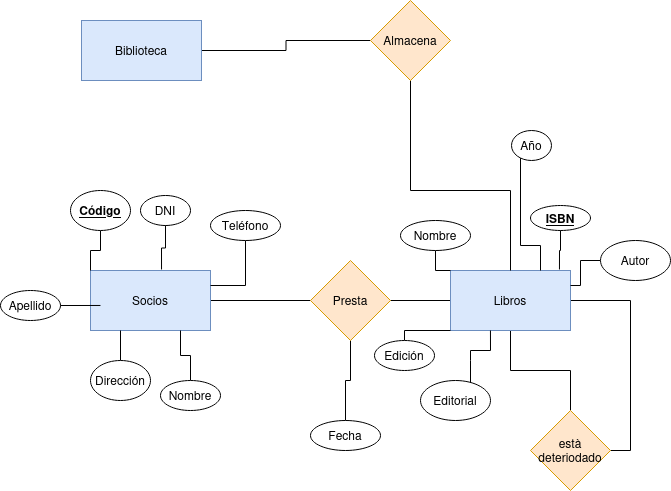
Before: unidad1/tareas/tarea7/tarea7.drawio.png, a diagram exported from draw.io (21ricardozamora/Base-Datos). Source tidied: cells renumbered, new cells last; positions are measured from the earlier drawing's top-left corner, leaving out a move shared by most shapes.
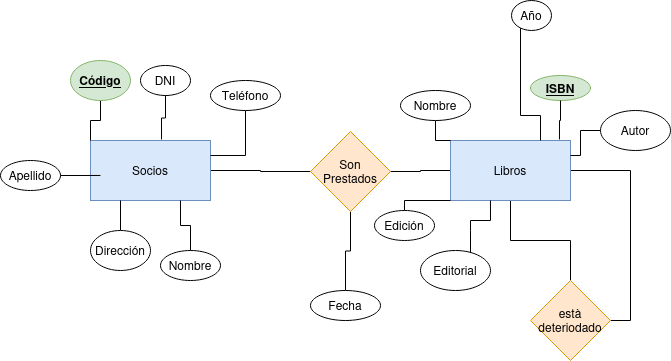
Later version of the same file.

What changed in the source:
```diff
@@ -14,8 +14,8 @@
     <mxCell id="5" style="edgeStyle=orthogonalEdgeStyle;rounded=0;jettySize=auto;html=1;endArrow=none;endFill=0;" parent="1" edge="1" source="6" target="15">
       <mxGeometry relative="1" as="geometry" />
     </mxCell>
-    <mxCell id="6" value="Presta" style="rhombus;whiteSpace=wrap;html=1;fillColor=#ffe6cc;strokeColor=#d79b00;" parent="1" vertex="1">
-      <mxGeometry x="310" y="260" width="80" height="80" as="geometry" />
+    <mxCell id="6" value="&lt;div&gt;Son&lt;br&gt;&lt;/div&gt;&lt;div&gt;Prestados&lt;/div&gt;" style="rhombus;whiteSpace=wrap;html=1;fillColor=#ffe6cc;strokeColor=#d79b00;" parent="1" vertex="1">
+      <mxGeometry x="310" y="261" width="80" height="80" as="geometry" />
     </mxCell>
     <mxCell id="7" style="edgeStyle=orthogonalEdgeStyle;rounded=0;jettySize=auto;html=1;endArrow=none;endFill=0;" parent="1" edge="1" source="9" target="10">
       <mxGeometry relative="1" as="geometry" />
@@ -29,23 +29,6 @@
     <mxCell id="10" value="&lt;div&gt;està&lt;/div&gt;&lt;div&gt;deteriodado&lt;br&gt;&lt;/div&gt;" style="rhombus;whiteSpace=wrap;html=1;fillColor=#ffe6cc;strokeColor=#d79b00;" parent="1" vertex="1">
       <mxGeometry x="530" y="410" width="80" height="80" as="geometry" />
     </mxCell>
-    <mxCell id="11" style="edgeStyle=orthogonalEdgeStyle;rounded=0;jettySize=auto;html=1;endArrow=none;endFill=0;" parent="1" edge="1" source="12" target="14">
-      <mxGeometry relative="1" as="geometry" />
-    </mxCell>
-    <mxCell id="12" value="Biblioteca" style="whiteSpace=wrap;html=1;fillColor=#dae8fc;strokeColor=#6c8ebf;" parent="1" vertex="1">
-      <mxGeometry x="81" y="20" width="120" height="60" as="geometry" />
-    </mxCell>
-    <mxCell id="13" style="edgeStyle=orthogonalEdgeStyle;rounded=0;jettySize=auto;html=1;endArrow=none;endFill=0;" parent="1" edge="1" source="14" target="9">
-      <mxGeometry relative="1" as="geometry">
-        <Array as="points">
-          <mxPoint x="410" y="190" />
-          <mxPoint x="510" y="190" />
-        </Array>
-      </mxGeometry>
-    </mxCell>
-    <mxCell id="14" value="Almacena" style="rhombus;whiteSpace=wrap;html=1;fillColor=#ffe6cc;strokeColor=#d79b00;" parent="1" vertex="1">
-      <mxGeometry x="370" width="80" height="80" as="geometry" />
-    </mxCell>
     <mxCell id="15" value="Fecha" style="ellipse;whiteSpace=wrap;html=1;" parent="1" vertex="1">
       <mxGeometry x="310" y="420" width="70" height="30" as="geometry" />
     </mxCell>
@@ -76,7 +59,7 @@
     <mxCell id="24" style="edgeStyle=orthogonalEdgeStyle;rounded=0;jettySize=auto;html=1;entryX=0;entryY=0;entryDx=0;entryDy=0;endArrow=none;endFill=0;" parent="1" edge="1" source="25" target="3">
       <mxGeometry relative="1" as="geometry" />
     </mxCell>
-    <mxCell id="25" value="&lt;u&gt;&lt;b&gt;Código&lt;/b&gt;&lt;/u&gt;" style="ellipse;whiteSpace=wrap;html=1;" parent="1" vertex="1">
+    <mxCell id="25" value="&lt;u&gt;&lt;b&gt;Código&lt;/b&gt;&lt;/u&gt;" style="ellipse;whiteSpace=wrap;html=1;fillColor=#d5e8d4;strokeColor=#82b366;" parent="1" vertex="1">
       <mxGeometry x="70" y="190" width="60" height="40" as="geometry" />
     </mxCell>
     <mxCell id="26" style="edgeStyle=orthogonalEdgeStyle;rounded=0;jettySize=auto;html=1;entryX=0.592;entryY=-0.017;entryDx=0;entryDy=0;entryPerimeter=0;endArrow=none;endFill=0;" parent="1" edge="1" source="23" target="3">
@@ -121,7 +104,7 @@
     <mxCell id="36" value="Nombre" style="ellipse;whiteSpace=wrap;html=1;" parent="1" vertex="1">
       <mxGeometry x="400" y="220" width="70" height="30" as="geometry" />
     </mxCell>
-    <mxCell id="37" value="&lt;u&gt;&lt;b&gt;ISBN&lt;/b&gt;&lt;/u&gt;" style="ellipse;whiteSpace=wrap;html=1;" parent="1" vertex="1">
+    <mxCell id="37" value="&lt;u&gt;&lt;b&gt;ISBN&lt;/b&gt;&lt;/u&gt;" style="ellipse;whiteSpace=wrap;html=1;fillColor=#d5e8d4;strokeColor=#82b366;" parent="1" vertex="1">
       <mxGeometry x="530" y="205" width="60" height="25" as="geometry" />
     </mxCell>
     <mxCell id="38" style="edgeStyle=orthogonalEdgeStyle;rounded=0;jettySize=auto;html=1;entryX=0.908;entryY=-0.017;entryDx=0;entryDy=0;entryPerimeter=0;endArrow=none;endFill=0;" parent="1" edge="1" source="37" target="9">
```
